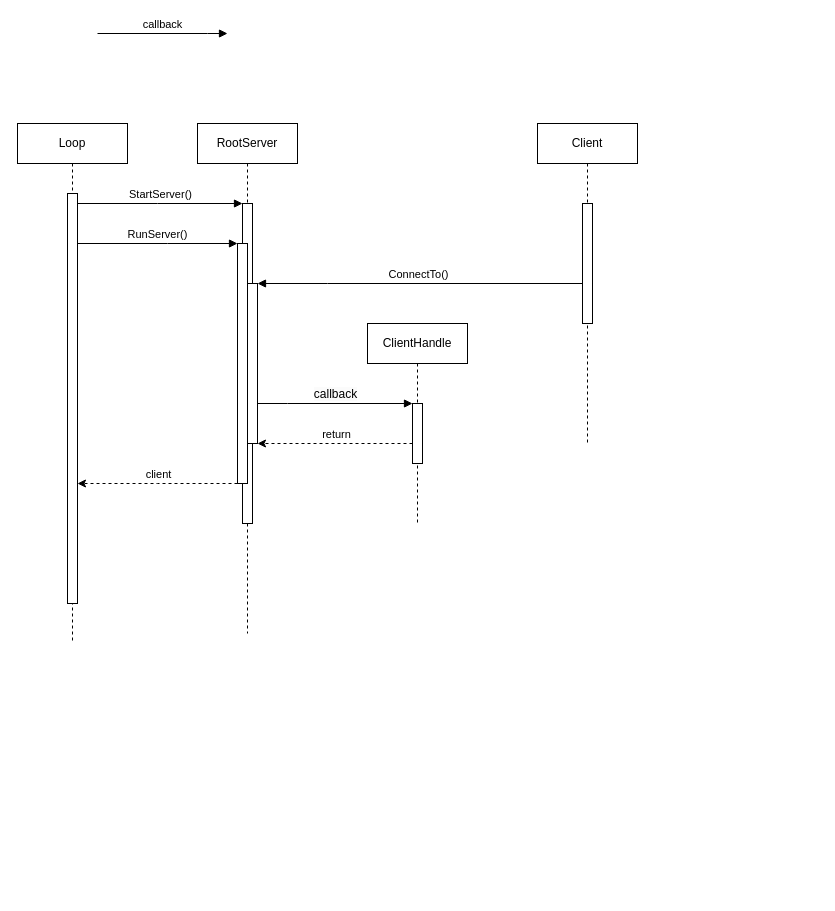
Above: Server-Client.drawio in rlatjrqja/Server3 (draw.io), before the change. Source tidied: cells renumbered, new cells numbered last; positions are measured from the earlier drawing's top-left corner, leaving out a move shared by most shapes. Both pictures are drawn from the tidied source at 100%, with x=0, y=0 at pixel (17, 33).
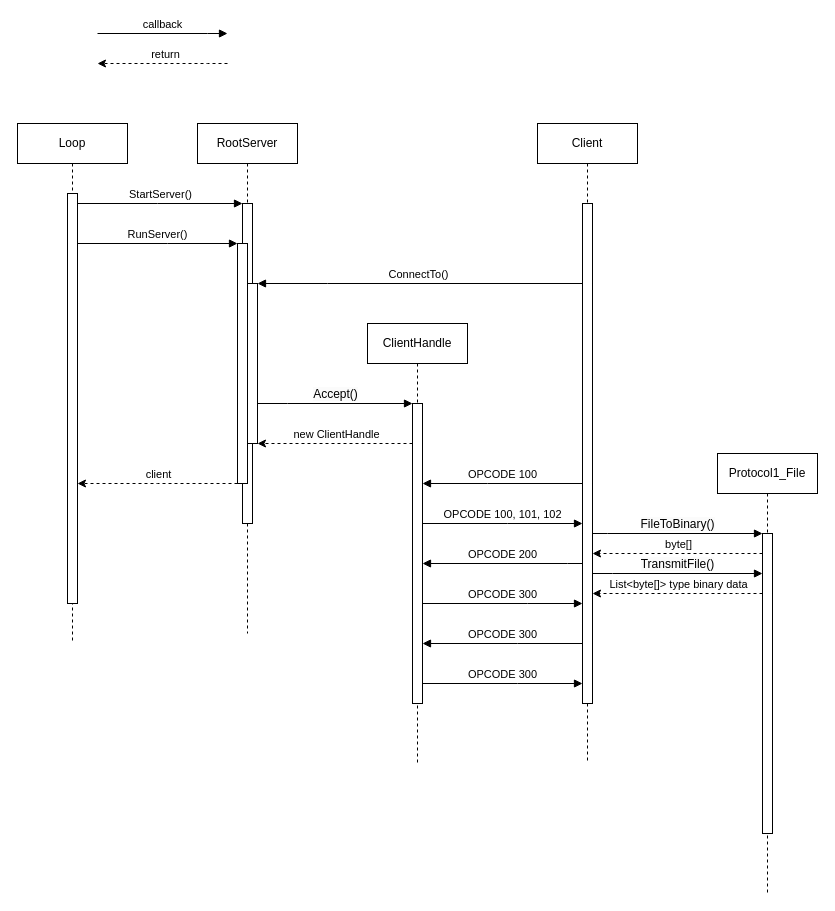
The same diagram, later.

The change refers to these unchanged cells:
```xml
<mxCell id="7" style="html=1;points=[];perimeter=orthogonalPerimeter;outlineConnect=0;targetShapes=umlLifeline;portConstraint=eastwest;newEdgeStyle={&quot;edgeStyle&quot;:&quot;elbowEdgeStyle&quot;,&quot;elbow&quot;:&quot;vertical&quot;,&quot;curved&quot;:0,&quot;rounded&quot;:0};" parent="4" vertex="1">
  <mxGeometry x="50" y="160" width="10" height="160" as="geometry" />
</mxCell>
<mxCell id="19" style="endArrow=classic;html=1;rounded=0;dashed=1;" parent="1" edge="1" source="11" target="7">
  <mxGeometry relative="1" as="geometry">
    <Array as="points">
      <mxPoint x="350" y="410" />
    </Array>
  </mxGeometry>
</mxCell>
```

What changed in the source:
```diff
@@
     <mxCell id="10" value="ClientHandle" style="shape=umlLifeline;perimeter=lifelinePerimeter;whiteSpace=wrap;html=1;newEdgeStyle={&quot;edgeStyle&quot;:&quot;elbowEdgeStyle&quot;,&quot;elbow&quot;:&quot;vertical&quot;,&quot;curved&quot;:0,&quot;rounded&quot;:0};" parent="1" vertex="1">
-      <mxGeometry x="350" y="290" width="100" height="200" as="geometry" />
+      <mxGeometry x="350" y="290" width="100" height="440" as="geometry" />
     </mxCell>
     <mxCell id="11" style="html=1;points=[];perimeter=orthogonalPerimeter;outlineConnect=0;targetShapes=umlLifeline;portConstraint=eastwest;newEdgeStyle={&quot;edgeStyle&quot;:&quot;elbowEdgeStyle&quot;,&quot;elbow&quot;:&quot;vertical&quot;,&quot;curved&quot;:0,&quot;rounded&quot;:0};" parent="10" vertex="1">
-      <mxGeometry x="45" y="80" width="10" height="60" as="geometry" />
+      <mxGeometry x="45" y="80" width="10" height="300" as="geometry" />
     </mxCell>
     <mxCell id="12" value="Client" style="shape=umlLifeline;perimeter=lifelinePerimeter;whiteSpace=wrap;html=1;newEdgeStyle={&quot;edgeStyle&quot;:&quot;elbowEdgeStyle&quot;,&quot;elbow&quot;:&quot;vertical&quot;,&quot;curved&quot;:0,&quot;rounded&quot;:0};" parent="1" vertex="1">
-      <mxGeometry x="520" y="90" width="100" height="320" as="geometry" />
+      <mxGeometry x="520" y="90" width="100" height="640" as="geometry" />
     </mxCell>
     <mxCell id="13" style="html=1;points=[];perimeter=orthogonalPerimeter;outlineConnect=0;targetShapes=umlLifeline;portConstraint=eastwest;newEdgeStyle={&quot;edgeStyle&quot;:&quot;elbowEdgeStyle&quot;,&quot;elbow&quot;:&quot;vertical&quot;,&quot;curved&quot;:0,&quot;rounded&quot;:0};" parent="12" vertex="1">
-      <mxGeometry x="45" y="80" width="10" height="120" as="geometry" />
+      <mxGeometry x="45" y="80" width="10" height="500" as="geometry" />
     </mxCell>
@@
-    <mxCell id="18" value="&lt;span style=&quot;font-size: 12px; text-wrap-mode: wrap; background-color: rgb(251, 251, 251);&quot;&gt;callback&lt;/span&gt;" style="html=1;verticalAlign=bottom;endArrow=block;edgeStyle=elbowEdgeStyle;elbow=vertical;curved=0;rounded=0;" parent="1" edge="1" source="7" target="11">
+    <mxCell id="18" value="&lt;span style=&quot;font-size: 12px; text-wrap-mode: wrap; background-color: rgb(251, 251, 251);&quot;&gt;Accept()&lt;/span&gt;" style="html=1;verticalAlign=bottom;endArrow=block;edgeStyle=elbowEdgeStyle;elbow=vertical;curved=0;rounded=0;" parent="1" edge="1" source="7" target="11">
       <mxGeometry relative="1" as="geometry">
         <Array as="points">
           <mxPoint x="270" y="370" />
         </Array>
       </mxGeometry>
     </mxCell>
@@
-    <mxCell id="20" value="return" style="edgeLabel;html=1;align=center;verticalAlign=middle;" parent="19" vertex="1">
+    <mxCell id="20" value="new ClientHandle" style="edgeLabel;html=1;align=center;verticalAlign=middle;" parent="19" vertex="1">
       <mxGeometry x="0.11" y="1" relative="1" as="geometry">
         <mxPoint x="9" y="-11" as="offset" />
       </mxGeometry>
     </mxCell>
+    <mxCell id="21" style="endArrow=classic;html=1;rounded=0;dashed=1;" parent="1" edge="1">
+      <mxGeometry relative="1" as="geometry">
+        <mxPoint x="210" y="30" as="sourcePoint" />
+        <mxPoint x="80" y="30" as="targetPoint" />
+        <Array as="points">
+          <mxPoint x="190" y="30" />
+        </Array>
+      </mxGeometry>
+    </mxCell>
+    <mxCell id="22" value="return" style="edgeLabel;html=1;align=center;verticalAlign=middle;" parent="21" vertex="1">
+      <mxGeometry x="0.11" y="1" relative="1" as="geometry">
+        <mxPoint x="9" y="-11" as="offset" />
+      </mxGeometry>
+    </mxCell>
+    <mxCell id="23" value="OPCODE 100" style="html=1;verticalAlign=bottom;endArrow=block;edgeStyle=elbowEdgeStyle;elbow=vertical;curved=0;rounded=0;" parent="1" edge="1" source="13" target="11">
+      <mxGeometry relative="1" as="geometry">
+        <Array as="points">
+          <mxPoint x="470" y="450" />
+        </Array>
+      </mxGeometry>
+    </mxCell>
+    <mxCell id="24" value="OPCODE 100, 101, 102" style="html=1;verticalAlign=bottom;endArrow=block;edgeStyle=elbowEdgeStyle;elbow=vertical;curved=0;rounded=0;" parent="1" edge="1" source="11" target="13">
+      <mxGeometry relative="1" as="geometry">
+        <Array as="points">
+          <mxPoint x="490" y="490" />
+        </Array>
+      </mxGeometry>
+    </mxCell>
+    <mxCell id="25" value="OPCODE 200" style="html=1;verticalAlign=bottom;endArrow=block;edgeStyle=elbowEdgeStyle;elbow=vertical;curved=0;rounded=0;" parent="1" edge="1" source="13" target="11">
+      <mxGeometry relative="1" as="geometry">
+        <Array as="points">
+          <mxPoint x="550" y="530" />
+        </Array>
+      </mxGeometry>
+    </mxCell>
+    <mxCell id="26" value="OPCODE 300" style="html=1;verticalAlign=bottom;endArrow=block;edgeStyle=elbowEdgeStyle;elbow=vertical;curved=0;rounded=0;" parent="1" edge="1" source="13" target="11">
+      <mxGeometry relative="1" as="geometry">
+        <Array as="points">
+          <mxPoint x="500" y="610" />
+        </Array>
+      </mxGeometry>
+    </mxCell>
+    <mxCell id="27" value="OPCODE 300" style="html=1;verticalAlign=bottom;endArrow=block;edgeStyle=elbowEdgeStyle;elbow=vertical;curved=0;rounded=0;" parent="1" edge="1" source="11" target="13">
+      <mxGeometry relative="1" as="geometry">
+        <Array as="points">
+          <mxPoint x="500" y="650" />
+        </Array>
+      </mxGeometry>
+    </mxCell>
+    <mxCell id="28" value="OPCODE 300" style="html=1;verticalAlign=bottom;endArrow=block;edgeStyle=elbowEdgeStyle;elbow=vertical;curved=0;rounded=0;" parent="1" edge="1" source="11" target="13">
+      <mxGeometry relative="1" as="geometry">
+        <Array as="points">
+          <mxPoint x="510" y="570" />
+        </Array>
+      </mxGeometry>
+    </mxCell>
+    <mxCell id="29" value="Protocol1_File" style="shape=umlLifeline;perimeter=lifelinePerimeter;whiteSpace=wrap;html=1;newEdgeStyle={&quot;edgeStyle&quot;:&quot;elbowEdgeStyle&quot;,&quot;elbow&quot;:&quot;vertical&quot;,&quot;curved&quot;:0,&quot;rounded&quot;:0};" parent="1" vertex="1">
+      <mxGeometry x="700" y="420" width="100" height="440" as="geometry" />
+    </mxCell>
+    <mxCell id="30" style="html=1;points=[];perimeter=orthogonalPerimeter;outlineConnect=0;targetShapes=umlLifeline;portConstraint=eastwest;newEdgeStyle={&quot;edgeStyle&quot;:&quot;elbowEdgeStyle&quot;,&quot;elbow&quot;:&quot;vertical&quot;,&quot;curved&quot;:0,&quot;rounded&quot;:0};" parent="29" vertex="1">
+      <mxGeometry x="45" y="80" width="10" height="300" as="geometry" />
+    </mxCell>
+    <mxCell id="31" value="&lt;span style=&quot;font-size: 12px; text-wrap-mode: wrap; background-color: rgb(251, 251, 251);&quot;&gt;FileToBinary()&lt;/span&gt;" style="html=1;verticalAlign=bottom;endArrow=block;edgeStyle=elbowEdgeStyle;elbow=vertical;curved=0;rounded=0;" parent="1" edge="1" source="13" target="30">
+      <mxGeometry relative="1" as="geometry">
+        <Array as="points">
+          <mxPoint x="590" y="500" />
+        </Array>
+      </mxGeometry>
+    </mxCell>
+    <mxCell id="32" style="endArrow=classic;html=1;rounded=0;dashed=1;" parent="1" edge="1" source="30" target="13">
+      <mxGeometry relative="1" as="geometry">
+        <Array as="points">
+          <mxPoint x="710" y="520" />
+        </Array>
+      </mxGeometry>
+    </mxCell>
+    <mxCell id="33" value="byte[]" style="edgeLabel;html=1;align=center;verticalAlign=middle;" parent="32" vertex="1">
+      <mxGeometry x="0.11" y="1" relative="1" as="geometry">
+        <mxPoint x="9" y="-11" as="offset" />
+      </mxGeometry>
+    </mxCell>
+    <mxCell id="34" value="&lt;span style=&quot;font-size: 12px; text-wrap-mode: wrap; background-color: rgb(251, 251, 251);&quot;&gt;TransmitFile()&lt;/span&gt;" style="html=1;verticalAlign=bottom;endArrow=block;edgeStyle=elbowEdgeStyle;elbow=vertical;curved=0;rounded=0;" parent="1" edge="1" source="13" target="30">
+      <mxGeometry relative="1" as="geometry">
+        <Array as="points">
+          <mxPoint x="595" y="540" />
+        </Array>
+      </mxGeometry>
+    </mxCell>
+    <mxCell id="35" style="endArrow=classic;html=1;rounded=0;dashed=1;" parent="1" edge="1" source="30" target="13">
+      <mxGeometry relative="1" as="geometry">
+        <Array as="points">
+          <mxPoint x="720" y="560" />
+        </Array>
+      </mxGeometry>
+    </mxCell>
+    <mxCell id="36" value="List&amp;lt;byte[]&amp;gt; type binary data" style="edgeLabel;html=1;align=center;verticalAlign=middle;" parent="35" vertex="1">
+      <mxGeometry x="0.11" y="1" relative="1" as="geometry">
+        <mxPoint x="9" y="-11" as="offset" />
+      </mxGeometry>
+    </mxCell>
```
